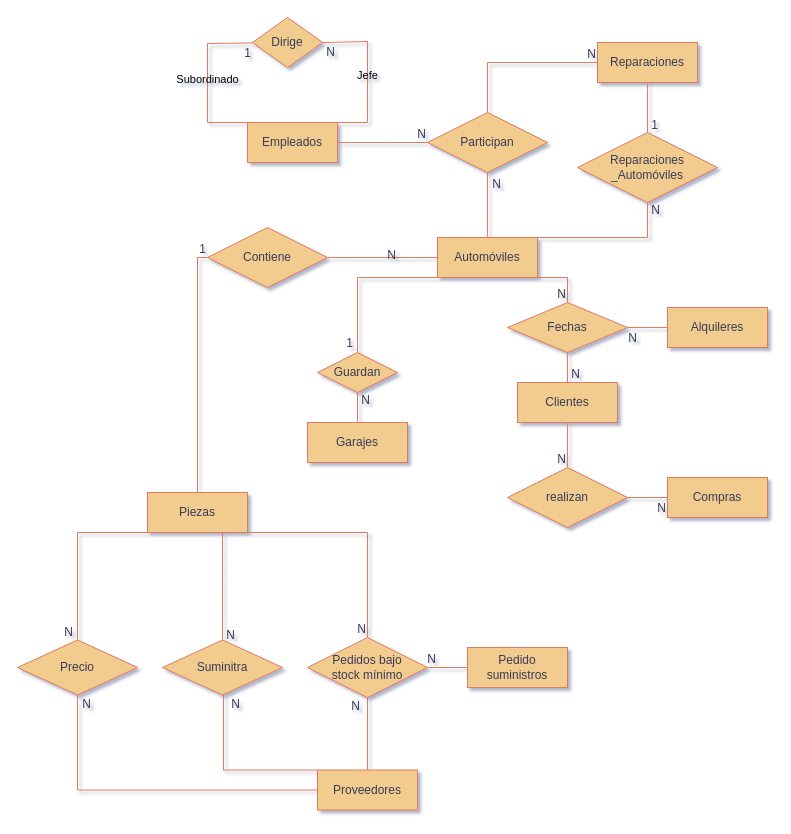
The draw.io diagram IngenieríaDeSoftware/Práctica2 Actividad1/Diagrama sin título.drawio in aloantony/TrabajosEnGrupoGII-DalilaTony, before the edit. Source tidied: cells renumbered, new cells numbered last; positions are measured from the earlier drawing's top-left corner, leaving out a move shared by most shapes. Both pictures are drawn from the tidied source at 100%, with x=0, y=0 at pixel (17, 17).
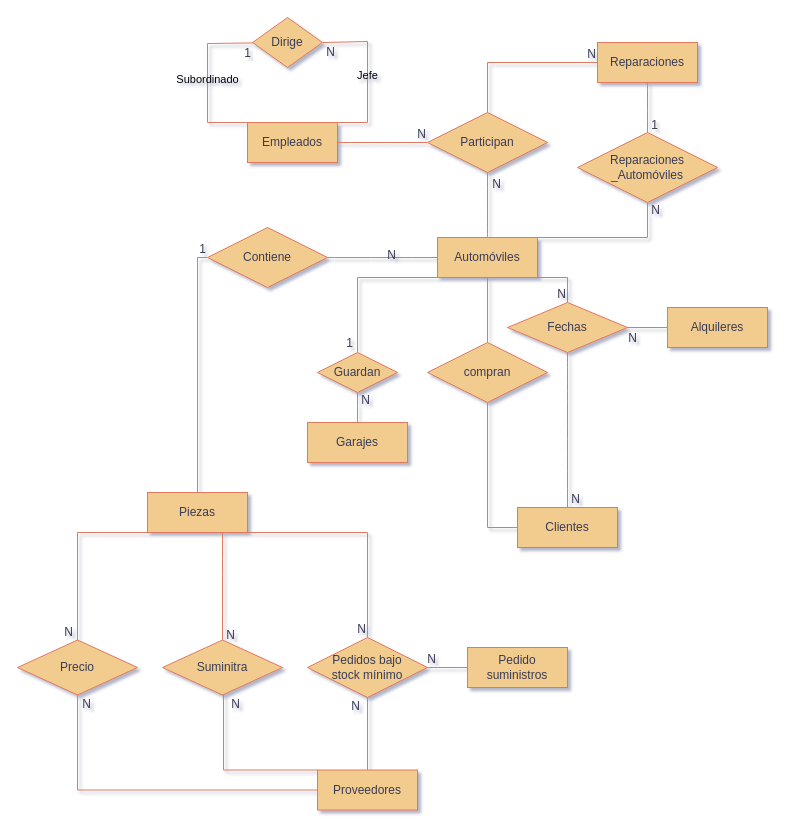
After the change.

The change refers to these unchanged cells:
```xml
<mxCell id="7" value="Automóviles" style="whiteSpace=wrap;html=1;align=center;labelBackgroundColor=none;fillColor=#F2CC8F;strokeColor=#E07A5F;fontColor=#393C56;rounded=0;" parent="1" vertex="1">
  <mxGeometry x="420" y="220" width="100" height="40" as="geometry" />
</mxCell>
```

Change to the diagram source:
```diff
@@
-    <mxCell id="2" value="Compras" style="whiteSpace=wrap;html=1;align=center;labelBackgroundColor=none;fillColor=#F2CC8F;strokeColor=#E07A5F;fontColor=#393C56;rounded=0;" parent="1" vertex="1">
-      <mxGeometry x="650" y="460" width="100" height="40" as="geometry" />
-    </mxCell>
     <mxCell id="3" value="Clientes" style="whiteSpace=wrap;html=1;align=center;labelBackgroundColor=none;fillColor=#F2CC8F;strokeColor=#E07A5F;fontColor=#393C56;rounded=0;" parent="1" vertex="1">
-      <mxGeometry x="500" y="365" width="100" height="40" as="geometry" />
+      <mxGeometry x="500" y="490" width="100" height="40" as="geometry" />
     </mxCell>
@@
-    <mxCell id="23" style="endArrow=none;html=1;rounded=0;fontSize=12;startSize=8;endSize=8;entryX=0;entryY=0.5;entryDx=0;entryDy=0;exitX=1;exitY=0.5;exitDx=0;exitDy=0;elbow=vertical;labelBackgroundColor=none;strokeColor=#E07A5F;fontColor=default;" parent="1" edge="1" source="69" target="2">
+    <mxCell id="23" style="endArrow=none;html=1;rounded=0;fontSize=12;startSize=8;endSize=8;entryX=0.5;entryY=0;entryDx=0;entryDy=0;exitX=0.5;exitY=1;exitDx=0;exitDy=0;elbow=vertical;labelBackgroundColor=none;strokeColor=#E07A5F;fontColor=default;" parent="1" edge="1" source="7" target="69">
       <mxGeometry relative="1" as="geometry" />
     </mxCell>
@@
-    <mxCell id="26" style="endArrow=none;html=1;rounded=0;fontSize=12;startSize=8;endSize=8;curved=1;exitX=0.5;exitY=1;exitDx=0;exitDy=0;entryX=0.5;entryY=0;entryDx=0;entryDy=0;labelBackgroundColor=none;strokeColor=#E07A5F;fontColor=default;" parent="1" edge="1" source="3" target="69">
-      <mxGeometry relative="1" as="geometry" />
+    <mxCell id="26" style="endArrow=none;html=1;rounded=0;fontSize=12;startSize=8;endSize=8;exitX=0;exitY=0.5;exitDx=0;exitDy=0;entryX=0.5;entryY=1;entryDx=0;entryDy=0;labelBackgroundColor=none;strokeColor=#E07A5F;fontColor=default;edgeStyle=elbowEdgeStyle;" parent="1" edge="1" source="3" target="69">
+      <mxGeometry relative="1" as="geometry">
+        <Array as="points">
+          <mxPoint x="470" y="450" />
+        </Array>
+      </mxGeometry>
     </mxCell>
@@
-    <mxCell id="69" value="realizan" style="shape=rhombus;perimeter=rhombusPerimeter;whiteSpace=wrap;html=1;align=center;fillColor=#F2CC8F;strokeColor=#E07A5F;rounded=0;verticalAlign=middle;fontFamily=Helvetica;fontSize=12;fontColor=#393C56;labelBackgroundColor=none;" parent="1" vertex="1">
-      <mxGeometry x="490" y="450" width="120" height="60" as="geometry" />
+    <mxCell id="69" value="compran" style="shape=rhombus;perimeter=rhombusPerimeter;whiteSpace=wrap;html=1;align=center;fillColor=#F2CC8F;strokeColor=#E07A5F;rounded=0;verticalAlign=middle;fontFamily=Helvetica;fontSize=12;fontColor=#393C56;labelBackgroundColor=none;" parent="1" vertex="1">
+      <mxGeometry x="410" y="325" width="120" height="60" as="geometry" />
     </mxCell>
```
